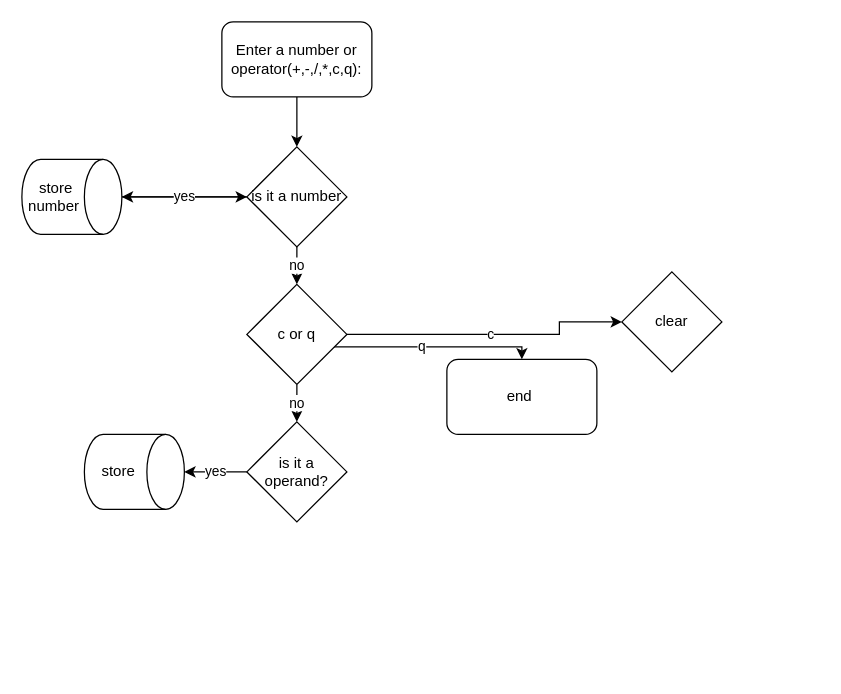
This is AdvLoops.drawio from GameGnome/pratice, a draw.io file, before an edit. Source tidied: cells renumbered, new cells numbered last; positions are measured from the earlier drawing's top-left corner, leaving out a move shared by most shapes. Both pictures are drawn from the tidied source at 125%, with x=0, y=0 at pixel (21, 21).
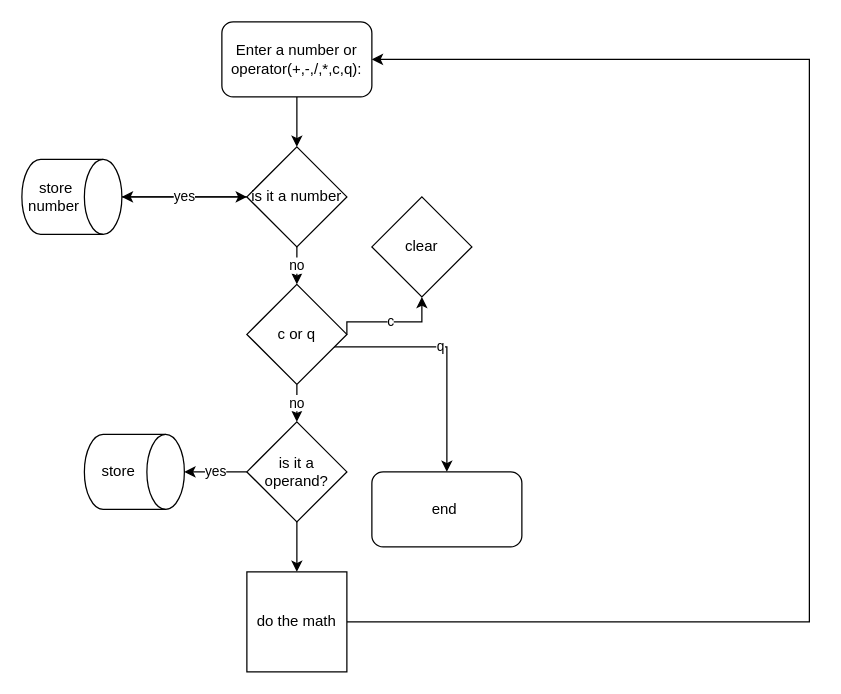
After the change.

Unchanged cells that the change refers to:
```xml
<mxCell id="3" value="Enter a number or operator(+,-,/,*,c,q):" style="rounded=1;whiteSpace=wrap;html=1;" parent="1" vertex="1">
  <mxGeometry x="160" width="120" height="60" as="geometry" />
</mxCell>
<mxCell id="12" value="c or q" style="rhombus;whiteSpace=wrap;html=1;" parent="1" vertex="1">
  <mxGeometry x="180" y="210" width="80" height="80" as="geometry" />
</mxCell>
<mxCell id="16" value="is it a operand?" style="rhombus;whiteSpace=wrap;html=1;" parent="1" vertex="1">
  <mxGeometry x="180" y="320" width="80" height="80" as="geometry" />
</mxCell>
```

The edit, as a diff of the source:
```diff
@@
-    <mxCell id="9" value="c" style="edgeStyle=orthogonalEdgeStyle;rounded=0;jettySize=auto;html=1;exitX=1;exitY=0.5;exitDx=0;exitDy=0;entryX=0;entryY=0.5;entryDx=0;entryDy=0;" parent="1" edge="1" source="12" target="13">
+    <mxCell id="9" value="c" style="edgeStyle=orthogonalEdgeStyle;rounded=0;jettySize=auto;html=1;exitX=1;exitY=0.5;exitDx=0;exitDy=0;entryX=0.5;entryY=1;entryDx=0;entryDy=0;" parent="1" edge="1" source="12" target="13">
       <mxGeometry relative="1" as="geometry">
         <Array as="points">
-          <mxPoint x="430" y="240" />
+          <mxPoint x="260" y="240" />
+          <mxPoint x="320" y="240" />
         </Array>
       </mxGeometry>
     </mxCell>
     <mxCell id="10" value="q" style="edgeStyle=orthogonalEdgeStyle;rounded=0;jettySize=auto;html=1;entryX=0.5;entryY=0;entryDx=0;entryDy=0;exitX=1;exitY=1;exitDx=0;exitDy=0;" parent="1" edge="1" source="12" target="14">
       <mxGeometry relative="1" as="geometry">
         <Array as="points">
-          <mxPoint x="400" y="260" />
+          <mxPoint x="240" y="260" />
+          <mxPoint x="340" y="260" />
         </Array>
       </mxGeometry>
     </mxCell>
@@
     <mxCell id="13" value="clear" style="rhombus;whiteSpace=wrap;html=1;" parent="1" vertex="1">
-      <mxGeometry x="480" y="200" width="80" height="80" as="geometry" />
+      <mxGeometry x="280" y="140" width="80" height="80" as="geometry" />
     </mxCell>
     <mxCell id="14" value="end&amp;nbsp;" style="rounded=1;whiteSpace=wrap;html=1;" parent="1" vertex="1">
-      <mxGeometry x="340" y="270" width="120" height="60" as="geometry" />
+      <mxGeometry x="280" y="360" width="120" height="60" as="geometry" />
     </mxCell>
@@
+    <mxCell id="18" style="edgeStyle=orthogonalEdgeStyle;rounded=0;jettySize=auto;html=1;" parent="1" edge="1" source="16" target="20">
+      <mxGeometry relative="1" as="geometry" />
+    </mxCell>
@@
+    <mxCell id="19" style="edgeStyle=orthogonalEdgeStyle;rounded=0;jettySize=auto;html=1;entryX=1;entryY=0.5;entryDx=0;entryDy=0;" parent="1" edge="1" source="20" target="3">
+      <mxGeometry relative="1" as="geometry">
+        <Array as="points">
+          <mxPoint x="630" y="480" />
+          <mxPoint x="630" y="30" />
+        </Array>
+      </mxGeometry>
+    </mxCell>
+    <mxCell id="20" value="do the math" style="whiteSpace=wrap;html=1;" parent="1" vertex="1">
+      <mxGeometry x="180" y="440" width="80" height="80" as="geometry" />
+    </mxCell>
```
